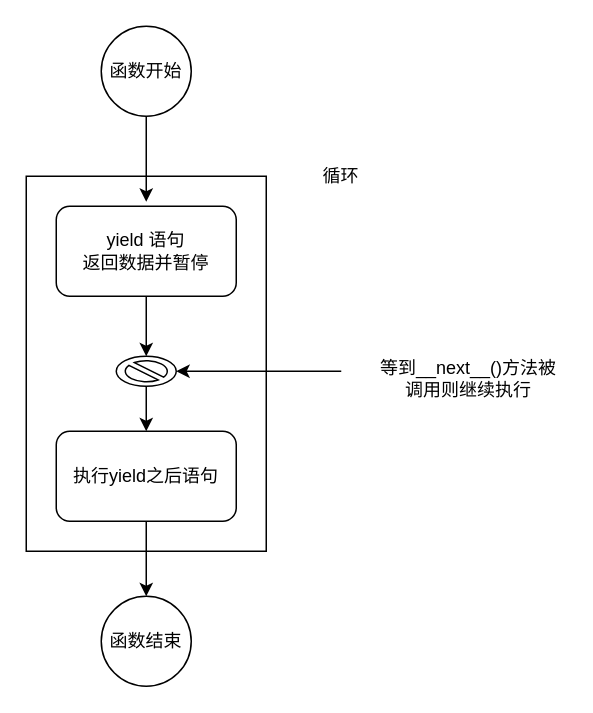
This is python yield.drawio from Chenguoqing2008/drawio, a draw.io file, before an edit. Source tidied: cells renumbered, new cells numbered last; positions are measured from the earlier drawing's top-left corner, leaving out a move shared by most shapes. Both pictures are drawn from the tidied source at 150%, with x=0, y=0 at pixel (26, 26).
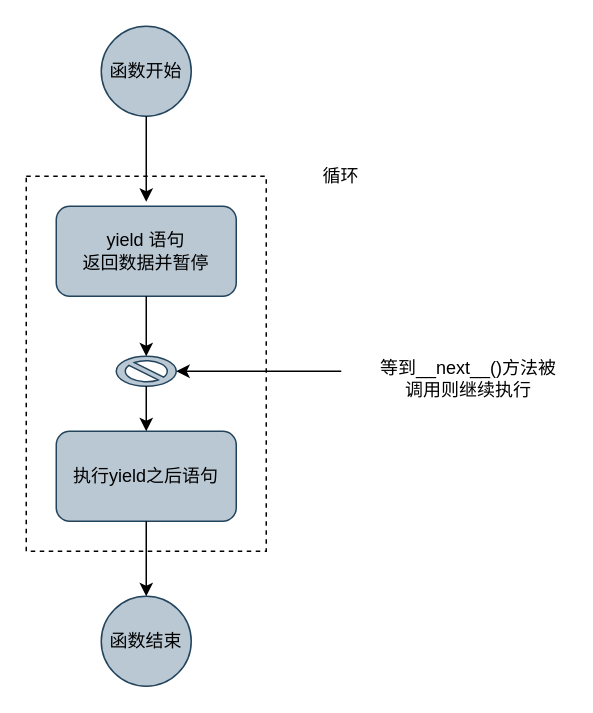
Above is the later version.

Change to the diagram source:
```diff
@@
 <mxGraphModel>
   <root>
     <mxCell id="0" />
     <mxCell id="1" parent="0" />
-    <mxCell id="2" style="rounded=0;whiteSpace=wrap;html=1;" parent="1" vertex="1">
+    <mxCell id="2" style="rounded=0;whiteSpace=wrap;html=1;dashed=1;" parent="1" vertex="1">
       <mxGeometry y="100" width="160" height="250" as="geometry" />
     </mxCell>
-    <mxCell id="3" value="yield&amp;nbsp;语句&lt;br&gt;返回数据并暂停" style="rounded=1;whiteSpace=wrap;html=1;" parent="1" vertex="1">
+    <mxCell id="3" value="yield&amp;nbsp;语句&lt;br&gt;返回数据并暂停" style="rounded=1;whiteSpace=wrap;html=1;fillColor=#bac8d3;strokeColor=#23445d;" parent="1" vertex="1">
       <mxGeometry x="20" y="120" width="120" height="60" as="geometry" />
     </mxCell>
-    <mxCell id="4" value="执行yield之后语句" style="rounded=1;whiteSpace=wrap;html=1;" parent="1" vertex="1">
+    <mxCell id="4" value="执行yield之后语句" style="rounded=1;whiteSpace=wrap;html=1;fillColor=#bac8d3;strokeColor=#23445d;" parent="1" vertex="1">
       <mxGeometry x="20" y="270" width="120" height="60" as="geometry" />
     </mxCell>
-    <mxCell id="5" style="verticalLabelPosition=bottom;verticalAlign=top;html=1;shape=mxgraph.basic.no_symbol;" parent="1" vertex="1">
+    <mxCell id="5" style="verticalLabelPosition=bottom;verticalAlign=top;html=1;shape=mxgraph.basic.no_symbol;fillColor=#bac8d3;strokeColor=#23445d;" parent="1" vertex="1">
       <mxGeometry x="60" y="220" width="40" height="20" as="geometry" />
     </mxCell>
     <mxCell id="6" style="endArrow=classic;html=1;entryX=1;entryY=0.5;entryDx=0;entryDy=0;entryPerimeter=0;" parent="1" edge="1" target="5">
       <mxGeometry relative="1" as="geometry">
         <mxPoint x="210" y="230" as="sourcePoint" />
       </mxGeometry>
     </mxCell>
     <mxCell id="7" value="等到__next__()方法被调用则继续执行" style="text;html=1;strokeColor=none;fillColor=none;align=center;verticalAlign=middle;whiteSpace=wrap;rounded=0;" parent="1" vertex="1">
       <mxGeometry x="230" y="210" width="130" height="50" as="geometry" />
     </mxCell>
     <mxCell id="8" value="循环" style="text;html=1;strokeColor=none;fillColor=none;align=center;verticalAlign=middle;whiteSpace=wrap;rounded=0;" parent="1" vertex="1">
       <mxGeometry x="190" y="90" width="40" height="20" as="geometry" />
     </mxCell>
-    <mxCell id="9" value="函数开始" style="ellipse;whiteSpace=wrap;html=1;" parent="1" vertex="1">
+    <mxCell id="9" value="函数开始" style="ellipse;whiteSpace=wrap;html=1;fillColor=#bac8d3;strokeColor=#23445d;" parent="1" vertex="1">
       <mxGeometry x="50" width="60" height="60" as="geometry" />
     </mxCell>
-    <mxCell id="10" value="函数结束" style="ellipse;whiteSpace=wrap;html=1;" parent="1" vertex="1">
+    <mxCell id="10" value="函数结束" style="ellipse;whiteSpace=wrap;html=1;fillColor=#bac8d3;strokeColor=#23445d;" parent="1" vertex="1">
       <mxGeometry x="50" y="380" width="60" height="60" as="geometry" />
     </mxCell>
     <mxCell id="11" style="endArrow=classic;html=1;exitX=0.5;exitY=1;exitDx=0;exitDy=0;" parent="1" edge="1" source="9">
       <mxGeometry relative="1" as="geometry">
         <mxPoint x="80" y="117" as="targetPoint" />
       </mxGeometry>
     </mxCell>
     <mxCell id="12" style="endArrow=classic;html=1;entryX=0.5;entryY=0;entryDx=0;entryDy=0;entryPerimeter=0;exitX=0.5;exitY=1;exitDx=0;exitDy=0;" parent="1" edge="1" source="3" target="5">
       <mxGeometry relative="1" as="geometry" />
     </mxCell>
     <mxCell id="13" style="endArrow=classic;html=1;entryX=0.5;entryY=0;entryDx=0;entryDy=0;" parent="1" edge="1" target="4">
       <mxGeometry relative="1" as="geometry">
         <mxPoint x="80" y="240" as="sourcePoint" />
       </mxGeometry>
     </mxCell>
     <mxCell id="14" style="endArrow=classic;html=1;entryX=0.5;entryY=0;entryDx=0;entryDy=0;" parent="1" edge="1" source="4" target="10">
       <mxGeometry relative="1" as="geometry" />
     </mxCell>
   </root>
 </mxGraphModel>
```
